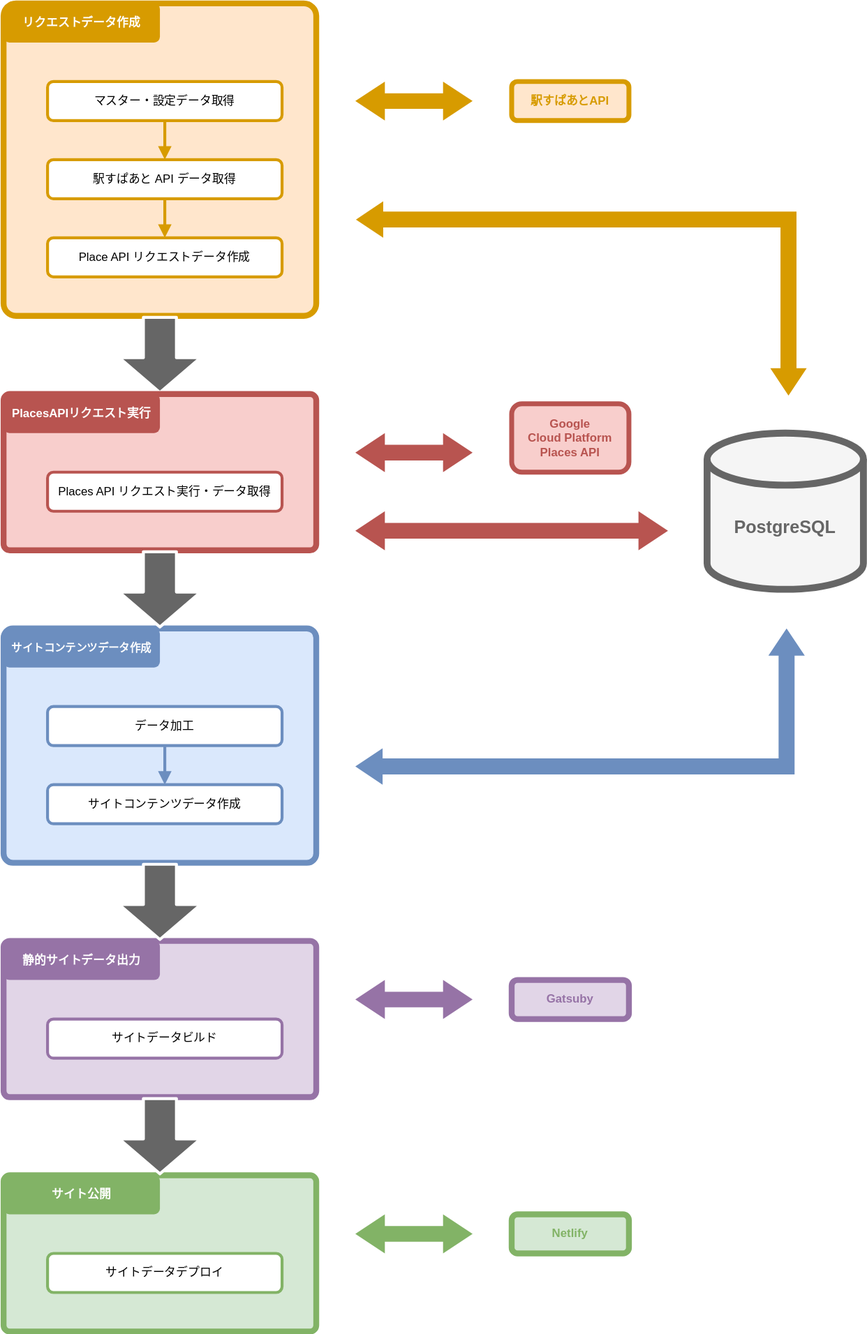
Before: doc/201_設計/01510101_全体設計イメージ.drawio.svg, a diagram exported from draw.io (take4bcreators/cafe-train-prj). Source tidied: cells renumbered, new cells last; positions are measured from the earlier drawing's top-left corner, leaving out a move shared by most shapes.
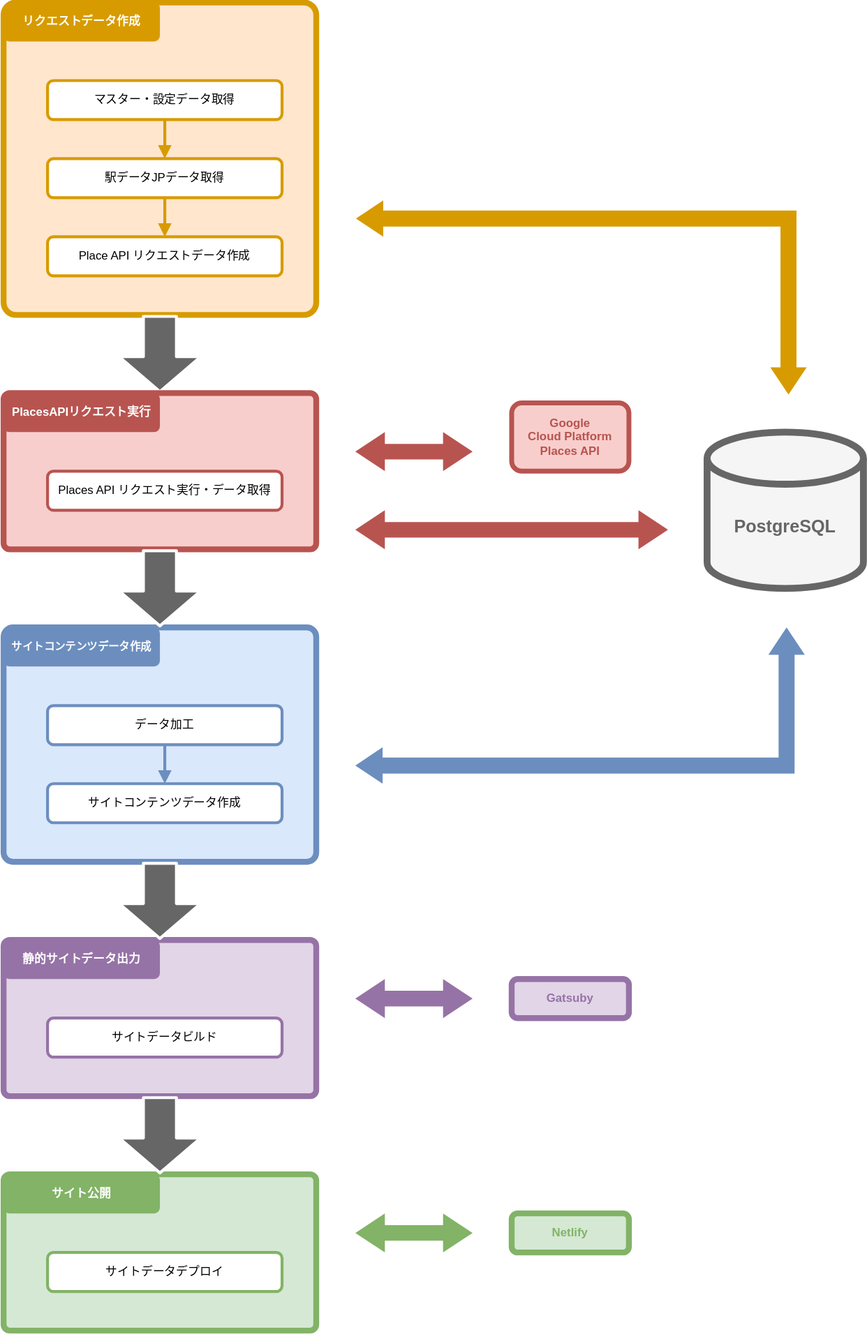
The same file after the commit.

Diff of the diagram source:
```diff
@@ -14,7 +14,7 @@
     <mxCell id="5" style="edgeStyle=none;html=1;exitX=0.5;exitY=1;exitDx=0;exitDy=0;fontColor=#FFFFFF;endArrow=block;endFill=1;strokeColor=#D79B00;strokeWidth=3;" parent="1" edge="1" source="6" target="7">
       <mxGeometry relative="1" as="geometry" />
     </mxCell>
-    <mxCell id="6" value="駅すぱあと API データ取得" style="rounded=1;whiteSpace=wrap;html=1;fillColor=#FFFFFF;strokeColor=#D79B00;strokeWidth=3;" parent="1" vertex="1">
+    <mxCell id="6" value="駅データJPデータ取得" style="rounded=1;whiteSpace=wrap;html=1;fillColor=#FFFFFF;strokeColor=#D79B00;strokeWidth=3;" parent="1" vertex="1">
       <mxGeometry x="45" y="160" width="240" height="40" as="geometry" />
     </mxCell>
     <mxCell id="7" value="Place API リクエストデータ作成" style="rounded=1;whiteSpace=wrap;html=1;fillColor=#FFFFFF;strokeColor=#D79B00;strokeWidth=3;" parent="1" vertex="1">
@@ -79,12 +79,6 @@
     <mxCell id="26" style="shape=flexArrow;endArrow=classic;html=1;fontColor=#FFFFFF;strokeColor=#FFFFFF;strokeWidth=3;width=31.818181818181817;endSize=10.909090909090908;endWidth=46.52892561983471;fillColor=#666666;exitX=0.5;exitY=1;exitDx=0;exitDy=0;entryX=0.5;entryY=0;entryDx=0;entryDy=0;" parent="1" edge="1" source="20" target="8">
       <mxGeometry relative="1" as="geometry" />
     </mxCell>
-    <mxCell id="27" value="駅すぱあとAPI" style="rounded=1;whiteSpace=wrap;html=1;fillColor=#ffe6cc;strokeColor=#d79b00;strokeWidth=5;fontStyle=1;fontColor=#D79B00;" parent="1" vertex="1">
-      <mxGeometry x="520" y="80" width="120" height="40" as="geometry" />
-    </mxCell>
-    <mxCell id="28" style="html=1;shadow=0;dashed=0;align=center;verticalAlign=middle;shape=mxgraph.arrows2.twoWayArrow;dy=0.6;dx=30.22;fontSize=16;strokeWidth=5;fillColor=#D79B00;strokeColor=none;" parent="1" vertex="1">
-      <mxGeometry x="360" y="80" width="120" height="40" as="geometry" />
-    </mxCell>
     <mxCell id="29" style="html=1;shadow=0;dashed=0;align=center;verticalAlign=middle;shape=mxgraph.arrows2.twoWayArrow;dy=0.6;dx=30.22;fontSize=16;strokeWidth=5;fillColor=#9673A6;strokeColor=none;" parent="1" vertex="1">
       <mxGeometry x="360" y="1000" width="120" height="40" as="geometry" />
     </mxCell>
```
